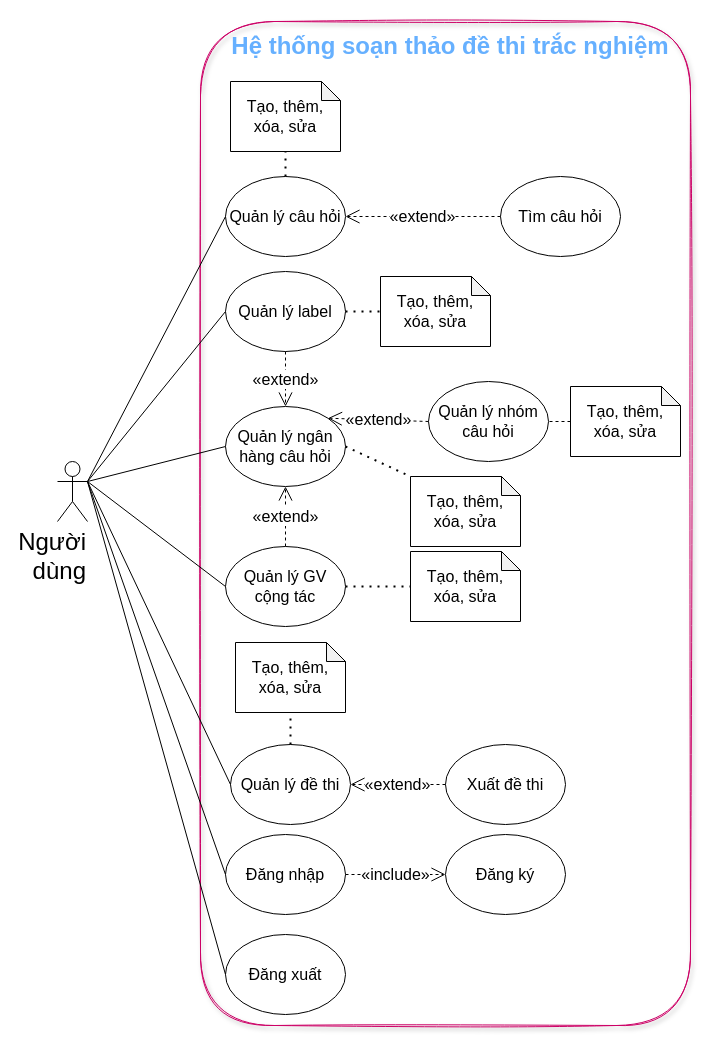
This is usecasediagram.drawio from VDT1805/ChallengeCreator, a draw.io file, before an edit. Source tidied: cells renumbered, new cells numbered last; positions are measured from the earlier drawing's top-left corner, leaving out a move shared by most shapes. Both pictures are drawn from the tidied source at 100%, with x=0, y=0 at pixel (57, 21).
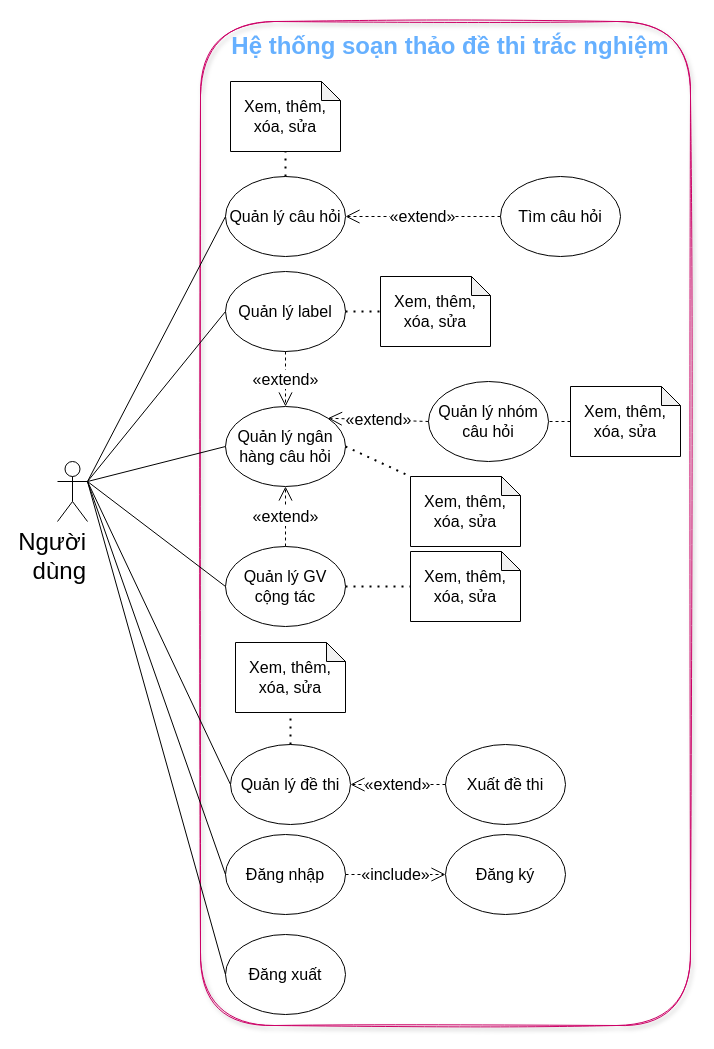
Above is the later version.

What changed in the source:
```diff
@@
-    <mxCell id="6" value="Tạo, thêm, xóa, sửa" style="shape=note;whiteSpace=wrap;html=1;backgroundOutline=1;darkOpacity=0.05;fontSize=16;size=19;" parent="1" vertex="1">
+    <mxCell id="6" value="Xem, thêm, xóa, sửa" style="shape=note;whiteSpace=wrap;html=1;backgroundOutline=1;darkOpacity=0.05;fontSize=16;size=19;" parent="1" vertex="1">
       <mxGeometry x="173" y="60" width="110" height="70" as="geometry" />
     </mxCell>
@@
-    <mxCell id="9" value="Tạo, thêm, xóa, sửa" style="shape=note;whiteSpace=wrap;html=1;backgroundOutline=1;darkOpacity=0.05;fontSize=16;size=19;" parent="1" vertex="1">
+    <mxCell id="9" value="Xem, thêm, xóa, sửa" style="shape=note;whiteSpace=wrap;html=1;backgroundOutline=1;darkOpacity=0.05;fontSize=16;size=19;" parent="1" vertex="1">
       <mxGeometry x="353" y="455" width="110" height="70" as="geometry" />
     </mxCell>
@@
-    <mxCell id="17" value="Tạo, thêm, xóa, sửa" style="shape=note;whiteSpace=wrap;html=1;backgroundOutline=1;darkOpacity=0.05;fontSize=16;size=19;" parent="1" vertex="1">
+    <mxCell id="17" value="Xem, thêm, xóa, sửa" style="shape=note;whiteSpace=wrap;html=1;backgroundOutline=1;darkOpacity=0.05;fontSize=16;size=19;" parent="1" vertex="1">
       <mxGeometry x="178" y="621" width="110" height="70" as="geometry" />
     </mxCell>
@@
-    <mxCell id="23" value="Tạo, thêm, xóa, sửa" style="shape=note;whiteSpace=wrap;html=1;backgroundOutline=1;darkOpacity=0.05;fontSize=16;size=19;" parent="1" vertex="1">
+    <mxCell id="23" value="Xem, thêm, xóa, sửa" style="shape=note;whiteSpace=wrap;html=1;backgroundOutline=1;darkOpacity=0.05;fontSize=16;size=19;" parent="1" vertex="1">
       <mxGeometry x="323" y="255" width="110" height="70" as="geometry" />
     </mxCell>
@@
-    <mxCell id="37" value="Tạo, thêm, xóa, sửa" style="shape=note;whiteSpace=wrap;html=1;backgroundOutline=1;darkOpacity=0.05;fontSize=16;size=19;" parent="1" vertex="1">
+    <mxCell id="37" value="Xem, thêm, xóa, sửa" style="shape=note;whiteSpace=wrap;html=1;backgroundOutline=1;darkOpacity=0.05;fontSize=16;size=19;" parent="1" vertex="1">
       <mxGeometry x="513" y="365" width="110" height="70" as="geometry" />
     </mxCell>
@@
-    <mxCell id="39" value="Tạo, thêm, xóa, sửa" style="shape=note;whiteSpace=wrap;html=1;backgroundOutline=1;darkOpacity=0.05;fontSize=16;size=19;" parent="1" vertex="1">
+    <mxCell id="39" value="Xem, thêm, xóa, sửa" style="shape=note;whiteSpace=wrap;html=1;backgroundOutline=1;darkOpacity=0.05;fontSize=16;size=19;" parent="1" vertex="1">
       <mxGeometry x="353" y="530" width="110" height="70" as="geometry" />
     </mxCell>
```
